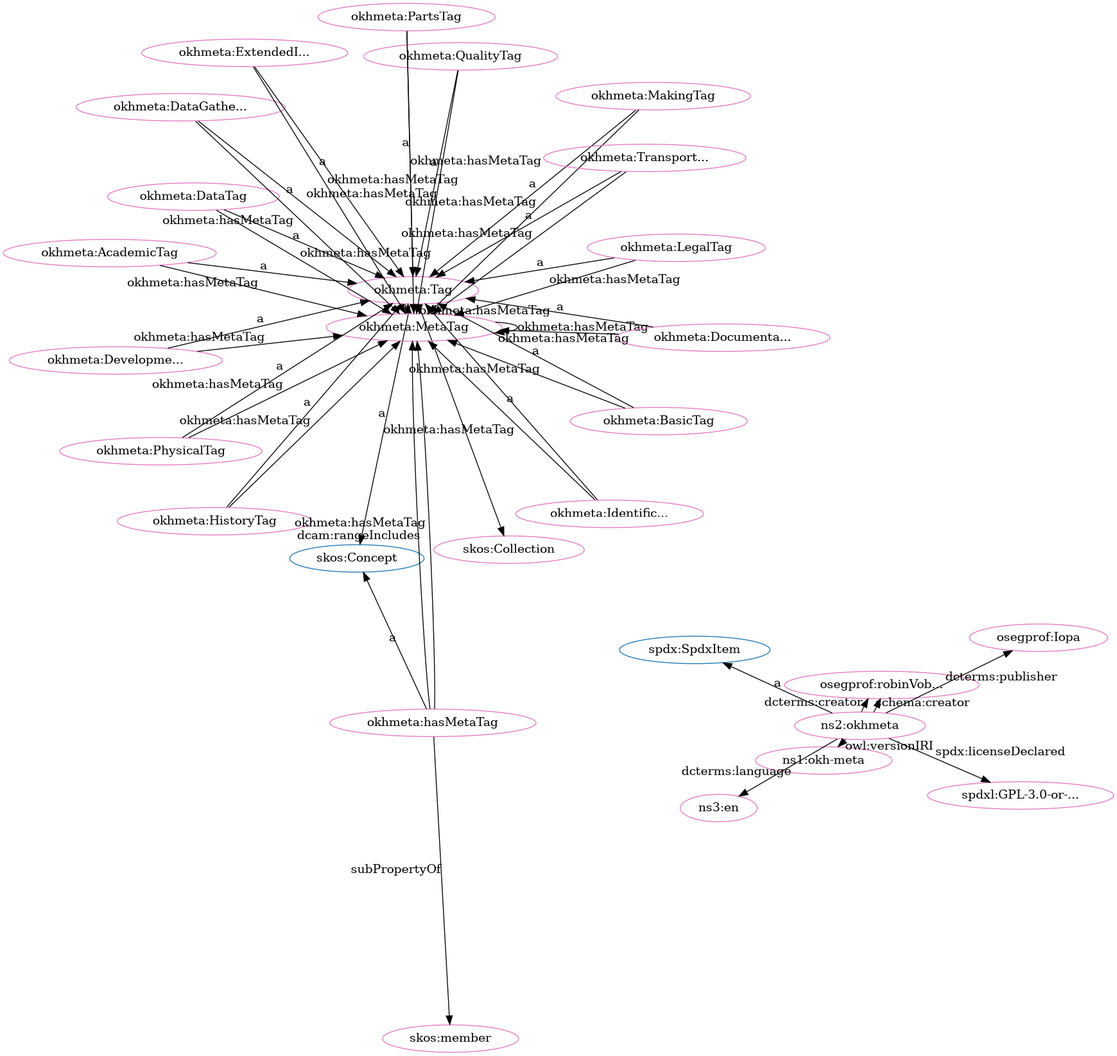
Above: src/spec/fdp_okh-meta-clean.png in iop-alliance/OpenKnowHow (Graphviz), before the change. Its source is kept beside it as src/spec/fdp_okh-meta-clean.dot.
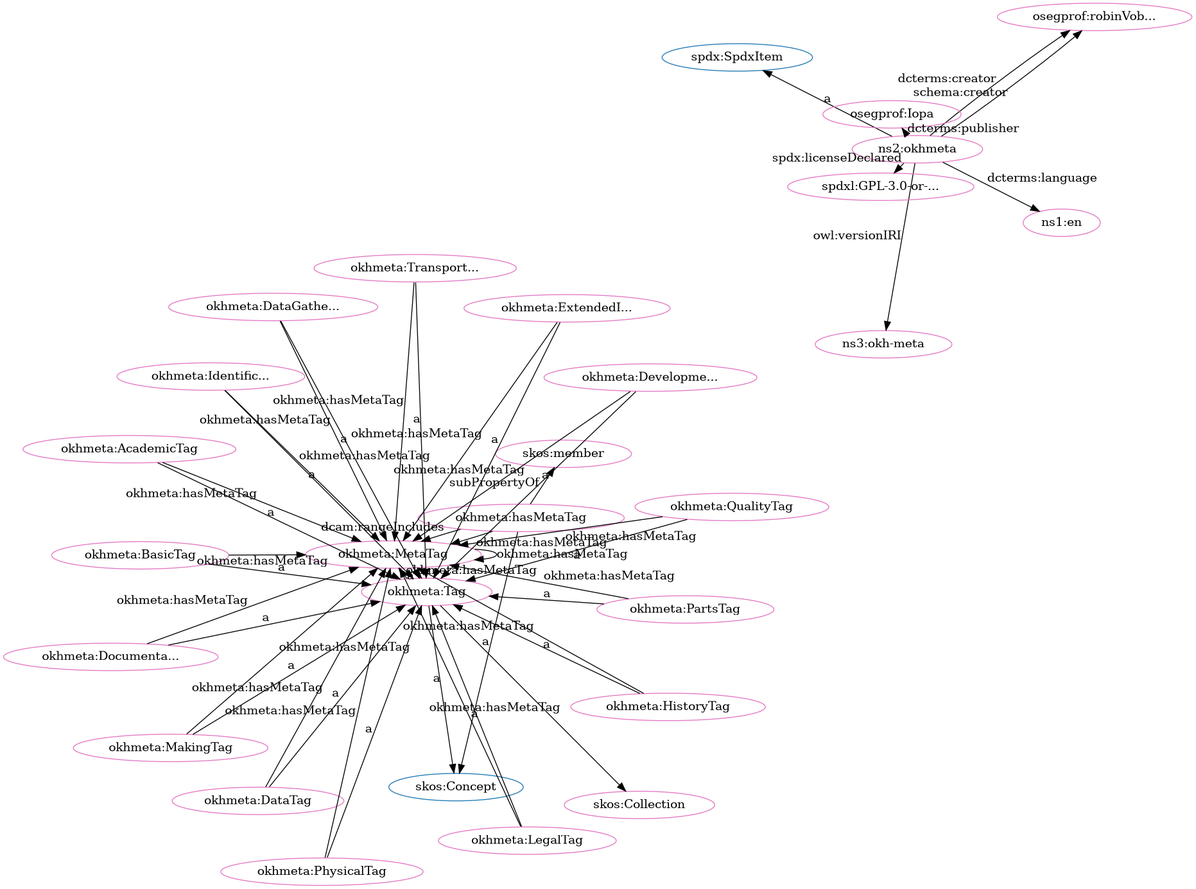
The same diagram one commit later.

The edit, as a diff of the source:
```diff
@@ -3,78 +3,78 @@
   node[height=.3]
 "http://www.w3.org/2004/02/skos/core#Collection" [fillcolor="#1f77b4" color="#1f77b4" label="skos:Collection"]
 "http://w3id.org/oseg/ont/okhmeta#Tag" [fillcolor="#1f77b4" color="#1f77b4" label="okhmeta:Tag"]
+"http://spdx.org/rdf/terms#SpdxItem" [fillcolor="#1f77b4" color="#1f77b4" label="spdx:SpdxItem"]
 "http://www.w3.org/2004/02/skos/core#Concept" [fillcolor="#1f77b4" color="#1f77b4" label="skos:Concept"]
-"http://spdx.org/rdf/terms#SpdxItem" [fillcolor="#1f77b4" color="#1f77b4" label="spdx:SpdxItem"]
+"http://w3id.org/oseg/ont/okhmeta#MetaTag" [fillcolor="#e377c2" color="#e377c2" label="okhmeta:MetaTag"]
+"http://w3id.org/oseg/ont/oseg-profiles#robinVobruba" [fillcolor="#e377c2" color="#e377c2" label="osegprof:robinVob..."]
 "http://w3id.org/oseg/ont/okhmeta#DataTag" [fillcolor="#e377c2" color="#e377c2" label="okhmeta:DataTag"]
-"http://w3id.org/oseg/ont/okhmeta#MetaTag" [fillcolor="#e377c2" color="#e377c2" label="okhmeta:MetaTag"]
-"http://w3id.org/oseg/ont/oseg-profiles#Iopa" [fillcolor="#e377c2" color="#e377c2" label="osegprof:Iopa"]
-"http://w3id.org/oseg/ont/okhmeta#DevelopmentTag" [fillcolor="#e377c2" color="#e377c2" label="okhmeta:Developme..."]
-"http://w3id.org/oseg/ont/1.1.0/okh-meta" [fillcolor="#e377c2" color="#e377c2" label="ns1:okh-meta"]
+"http://www.w3.org/2004/02/skos/core#member" [fillcolor="#e377c2" color="#e377c2" label="skos:member"]
+"http://id.loc.gov/vocabulary/iso639-1/en" [fillcolor="#e377c2" color="#e377c2" label="ns1:en"]
+"http://w3id.org/oseg/ont/okhmeta#MakingTag" [fillcolor="#e377c2" color="#e377c2" label="okhmeta:MakingTag"]
+"http://w3id.org/oseg/ont/okhmeta#PartsTag" [fillcolor="#e377c2" color="#e377c2" label="okhmeta:PartsTag"]
+"http://w3id.org/oseg/ont/okhmeta#Tag" [fillcolor="#e377c2" color="#e377c2" label="okhmeta:Tag"]
 "http://w3id.org/oseg/ont/okhmeta#BasicTag" [fillcolor="#e377c2" color="#e377c2" label="okhmeta:BasicTag"]
-"http://w3id.org/oseg/ont/oseg-profiles#robinVobruba" [fillcolor="#e377c2" color="#e377c2" label="osegprof:robinVob..."]
-"http://w3id.org/oseg/ont/okhmeta#IdentificationTag" [fillcolor="#e377c2" color="#e377c2" label="okhmeta:Identific..."]
-"http://spdx.org/licenses/GPL-3.0-or-later" [fillcolor="#e377c2" color="#e377c2" label="spdxl:GPL-3.0-or-..."]
 "http://w3id.org/oseg/ont/okhmeta" [fillcolor="#e377c2" color="#e377c2" label="ns2:okhmeta"]
+"http://w3id.org/oseg/ont/okhmeta#HistoryTag" [fillcolor="#e377c2" color="#e377c2" label="okhmeta:HistoryTag"]
 "http://w3id.org/oseg/ont/okhmeta#PhysicalTag" [fillcolor="#e377c2" color="#e377c2" label="okhmeta:PhysicalTag"]
 "http://w3id.org/oseg/ont/okhmeta#AcademicTag" [fillcolor="#e377c2" color="#e377c2" label="okhmeta:AcademicTag"]
-"http://w3id.org/oseg/ont/okhmeta#HistoryTag" [fillcolor="#e377c2" color="#e377c2" label="okhmeta:HistoryTag"]
+"http://w3id.org/oseg/ont/okhmeta#hasMetaTag" [fillcolor="#e377c2" color="#e377c2" label="okhmeta:hasMetaTag"]
+"http://w3id.org/oseg/ont/okhmeta#ExtendedInfoTag" [fillcolor="#e377c2" color="#e377c2" label="okhmeta:ExtendedI..."]
+"http://w3id.org/oseg/ont/okhmeta#QualityTag" [fillcolor="#e377c2" color="#e377c2" label="okhmeta:QualityTag"]
+"http://w3id.org/oseg/ont/1.1.0/okh-meta" [fillcolor="#e377c2" color="#e377c2" label="ns3:okh-meta"]
+"http://w3id.org/oseg/ont/okhmeta#TransportationTag" [fillcolor="#e377c2" color="#e377c2" label="okhmeta:Transport..."]
+"http://w3id.org/oseg/ont/oseg-profiles#Iopa" [fillcolor="#e377c2" color="#e377c2" label="osegprof:Iopa"]
+"http://w3id.org/oseg/ont/okhmeta#LegalTag" [fillcolor="#e377c2" color="#e377c2" label="okhmeta:LegalTag"]
+"http://w3id.org/oseg/ont/okhmeta#DevelopmentTag" [fillcolor="#e377c2" color="#e377c2" label="okhmeta:Developme..."]
 "http://w3id.org/oseg/ont/okhmeta#DataGatheringTag" [fillcolor="#e377c2" color="#e377c2" label="okhmeta:DataGathe..."]
-"http://w3id.org/oseg/ont/okhmeta#MakingTag" [fillcolor="#e377c2" color="#e377c2" label="okhmeta:MakingTag"]
-"http://w3id.org/oseg/ont/okhmeta#TransportationTag" [fillcolor="#e377c2" color="#e377c2" label="okhmeta:Transport..."]
-"http://w3id.org/oseg/ont/okhmeta#LegalTag" [fillcolor="#e377c2" color="#e377c2" label="okhmeta:LegalTag"]
-"http://w3id.org/oseg/ont/okhmeta#hasMetaTag" [fillcolor="#e377c2" color="#e377c2" label="okhmeta:hasMetaTag"]
-"http://w3id.org/oseg/ont/okhmeta#Tag" [fillcolor="#e377c2" color="#e377c2" label="okhmeta:Tag"]
+"http://w3id.org/oseg/ont/okhmeta#IdentificationTag" [fillcolor="#e377c2" color="#e377c2" label="okhmeta:Identific..."]
+"http://www.w3.org/2004/02/skos/core#Collection" [fillcolor="#e377c2" color="#e377c2" label="skos:Collection"]
 "http://w3id.org/oseg/ont/okhmeta#DocumentationTag" [fillcolor="#e377c2" color="#e377c2" label="okhmeta:Documenta..."]
-"http://w3id.org/oseg/ont/okhmeta#ExtendedInfoTag" [fillcolor="#e377c2" color="#e377c2" label="okhmeta:ExtendedI..."]
-"http://id.loc.gov/vocabulary/iso639-1/en" [fillcolor="#e377c2" color="#e377c2" label="ns3:en"]
-"http://www.w3.org/2004/02/skos/core#Collection" [fillcolor="#e377c2" color="#e377c2" label="skos:Collection"]
-"http://w3id.org/oseg/ont/okhmeta#QualityTag" [fillcolor="#e377c2" color="#e377c2" label="okhmeta:QualityTag"]
-"http://www.w3.org/2004/02/skos/core#member" [fillcolor="#e377c2" color="#e377c2" label="skos:member"]
-"http://w3id.org/oseg/ont/okhmeta#PartsTag" [fillcolor="#e377c2" color="#e377c2" label="okhmeta:PartsTag"]
+"http://spdx.org/licenses/GPL-3.0-or-later" [fillcolor="#e377c2" color="#e377c2" label="spdxl:GPL-3.0-or-..."]
+  "http://w3id.org/oseg/ont/okhmeta" -> "http://w3id.org/oseg/ont/oseg-profiles#robinVobruba" [label="dcterms:creator"]
+  "http://w3id.org/oseg/ont/okhmeta#DataTag" -> "http://w3id.org/oseg/ont/okhmeta#Tag" [label="a"]
+  "http://w3id.org/oseg/ont/okhmeta#DataGatheringTag" -> "http://w3id.org/oseg/ont/okhmeta#MetaTag" [label="okhmeta:hasMetaTag"]
+  "http://w3id.org/oseg/ont/okhmeta" -> "http://id.loc.gov/vocabulary/iso639-1/en" [label="dcterms:language"]
+  "http://w3id.org/oseg/ont/okhmeta#DocumentationTag" -> "http://w3id.org/oseg/ont/okhmeta#MetaTag" [label="okhmeta:hasMetaTag"]
+  "http://w3id.org/oseg/ont/okhmeta#BasicTag" -> "http://w3id.org/oseg/ont/okhmeta#Tag" [label="a"]
+  "http://w3id.org/oseg/ont/okhmeta#QualityTag" -> "http://w3id.org/oseg/ont/okhmeta#MetaTag" [label="okhmeta:hasMetaTag"]
+  "http://w3id.org/oseg/ont/okhmeta#HistoryTag" -> "http://w3id.org/oseg/ont/okhmeta#Tag" [label="a"]
+  "http://w3id.org/oseg/ont/okhmeta#MakingTag" -> "http://w3id.org/oseg/ont/okhmeta#MetaTag" [label="okhmeta:hasMetaTag"]
+  "http://w3id.org/oseg/ont/okhmeta#MetaTag" -> "http://w3id.org/oseg/ont/okhmeta#Tag" [label="a"]
+  "http://w3id.org/oseg/ont/okhmeta#AcademicTag" -> "http://w3id.org/oseg/ont/okhmeta#Tag" [label="a"]
+  "http://w3id.org/oseg/ont/okhmeta#PartsTag" -> "http://w3id.org/oseg/ont/okhmeta#MetaTag" [label="okhmeta:hasMetaTag"]
+  "http://w3id.org/oseg/ont/okhmeta#QualityTag" -> "http://w3id.org/oseg/ont/okhmeta#Tag" [label="a"]
+  "http://w3id.org/oseg/ont/okhmeta" -> "http://w3id.org/oseg/ont/1.1.0/okh-meta" [label="owl:versionIRI"]
+  "http://w3id.org/oseg/ont/okhmeta" -> "http://w3id.org/oseg/ont/oseg-profiles#robinVobruba" [label="schema:creator"]
+  "http://w3id.org/oseg/ont/okhmeta#PhysicalTag" -> "http://w3id.org/oseg/ont/okhmeta#MetaTag" [label="okhmeta:hasMetaTag"]
+  "http://w3id.org/oseg/ont/okhmeta" -> "http://w3id.org/oseg/ont/oseg-profiles#Iopa" [label="dcterms:publisher"]
+  "http://w3id.org/oseg/ont/okhmeta#LegalTag" -> "http://w3id.org/oseg/ont/okhmeta#Tag" [label="a"]
+  "http://w3id.org/oseg/ont/okhmeta#DataGatheringTag" -> "http://w3id.org/oseg/ont/okhmeta#Tag" [label="a"]
   "http://w3id.org/oseg/ont/okhmeta#ExtendedInfoTag" -> "http://w3id.org/oseg/ont/okhmeta#MetaTag" [label="okhmeta:hasMetaTag"]
+  "http://w3id.org/oseg/ont/okhmeta#Tag" -> "http://www.w3.org/2004/02/skos/core#Collection" [label=""]
+  "http://w3id.org/oseg/ont/okhmeta#DocumentationTag" -> "http://w3id.org/oseg/ont/okhmeta#Tag" [label="a"]
+  "http://w3id.org/oseg/ont/okhmeta#hasMetaTag" -> "http://w3id.org/oseg/ont/okhmeta#MetaTag" [label="okhmeta:hasMetaTag"]
+  "http://w3id.org/oseg/ont/okhmeta#Tag" -> "http://w3id.org/oseg/ont/okhmeta#MetaTag" [label="okhmeta:hasMetaTag"]
+  "http://w3id.org/oseg/ont/okhmeta#BasicTag" -> "http://w3id.org/oseg/ont/okhmeta#MetaTag" [label="okhmeta:hasMetaTag"]
+  "http://w3id.org/oseg/ont/okhmeta#DevelopmentTag" -> "http://w3id.org/oseg/ont/okhmeta#MetaTag" [label="okhmeta:hasMetaTag"]
+  "http://w3id.org/oseg/ont/okhmeta#hasMetaTag" -> "http://www.w3.org/2004/02/skos/core#member" [label="subPropertyOf"]
+  "http://w3id.org/oseg/ont/okhmeta#IdentificationTag" -> "http://w3id.org/oseg/ont/okhmeta#MetaTag" [label="okhmeta:hasMetaTag"]
+  "http://w3id.org/oseg/ont/okhmeta#MakingTag" -> "http://w3id.org/oseg/ont/okhmeta#Tag" [label="a"]
+  "http://w3id.org/oseg/ont/okhmeta#PartsTag" -> "http://w3id.org/oseg/ont/okhmeta#Tag" [label="a"]
+  "http://w3id.org/oseg/ont/okhmeta#Tag" -> "http://www.w3.org/2004/02/skos/core#Concept" [label="a"]
+  "http://w3id.org/oseg/ont/okhmeta#PhysicalTag" -> "http://w3id.org/oseg/ont/okhmeta#Tag" [label="a"]
+  "http://w3id.org/oseg/ont/okhmeta#TransportationTag" -> "http://w3id.org/oseg/ont/okhmeta#MetaTag" [label="okhmeta:hasMetaTag"]
+  "http://w3id.org/oseg/ont/okhmeta#LegalTag" -> "http://w3id.org/oseg/ont/okhmeta#MetaTag" [label="okhmeta:hasMetaTag"]
+  "http://w3id.org/oseg/ont/okhmeta#ExtendedInfoTag" -> "http://w3id.org/oseg/ont/okhmeta#Tag" [label="a"]
+  "http://w3id.org/oseg/ont/okhmeta#HistoryTag" -> "http://w3id.org/oseg/ont/okhmeta#MetaTag" [label="okhmeta:hasMetaTag"]
   "http://w3id.org/oseg/ont/okhmeta#hasMetaTag" -> "http://w3id.org/oseg/ont/okhmeta#MetaTag" [label="dcam:rangeIncludes"]
-  "http://w3id.org/oseg/ont/okhmeta" -> "http://w3id.org/oseg/ont/oseg-profiles#Iopa" [label="dcterms:publisher"]
+  "http://w3id.org/oseg/ont/okhmeta#AcademicTag" -> "http://w3id.org/oseg/ont/okhmeta#MetaTag" [label="okhmeta:hasMetaTag"]
+  "http://w3id.org/oseg/ont/okhmeta#TransportationTag" -> "http://w3id.org/oseg/ont/okhmeta#Tag" [label="a"]
+  "http://w3id.org/oseg/ont/okhmeta" -> "http://spdx.org/rdf/terms#SpdxItem" [label="a"]
   "http://w3id.org/oseg/ont/okhmeta#DevelopmentTag" -> "http://w3id.org/oseg/ont/okhmeta#Tag" [label="a"]
-  "http://w3id.org/oseg/ont/okhmeta#MetaTag" -> "http://w3id.org/oseg/ont/okhmeta#Tag" [label="a"]
-  "http://w3id.org/oseg/ont/okhmeta" -> "http://w3id.org/oseg/ont/1.1.0/okh-meta" [label="owl:versionIRI"]
-  "http://w3id.org/oseg/ont/okhmeta#DataGatheringTag" -> "http://w3id.org/oseg/ont/okhmeta#MetaTag" [label="okhmeta:hasMetaTag"]
-  "http://w3id.org/oseg/ont/okhmeta#BasicTag" -> "http://w3id.org/oseg/ont/okhmeta#Tag" [label="a"]
-  "http://w3id.org/oseg/ont/okhmeta#TransportationTag" -> "http://w3id.org/oseg/ont/okhmeta#MetaTag" [label="okhmeta:hasMetaTag"]
-  "http://w3id.org/oseg/ont/okhmeta#AcademicTag" -> "http://w3id.org/oseg/ont/okhmeta#Tag" [label="a"]
-  "http://w3id.org/oseg/ont/okhmeta#MakingTag" -> "http://w3id.org/oseg/ont/okhmeta#Tag" [label="a"]
-  "http://w3id.org/oseg/ont/okhmeta#TransportationTag" -> "http://w3id.org/oseg/ont/okhmeta#Tag" [label="a"]
-  "http://w3id.org/oseg/ont/okhmeta#DocumentationTag" -> "http://w3id.org/oseg/ont/okhmeta#MetaTag" [label="okhmeta:hasMetaTag"]
-  "http://w3id.org/oseg/ont/okhmeta" -> "http://w3id.org/oseg/ont/oseg-profiles#robinVobruba" [label="dcterms:creator"]
-  "http://w3id.org/oseg/ont/okhmeta#QualityTag" -> "http://w3id.org/oseg/ont/okhmeta#MetaTag" [label="okhmeta:hasMetaTag"]
-  "http://w3id.org/oseg/ont/okhmeta#PartsTag" -> "http://w3id.org/oseg/ont/okhmeta#MetaTag" [label="okhmeta:hasMetaTag"]
-  "http://w3id.org/oseg/ont/okhmeta#MakingTag" -> "http://w3id.org/oseg/ont/okhmeta#MetaTag" [label="okhmeta:hasMetaTag"]
-  "http://w3id.org/oseg/ont/okhmeta" -> "http://id.loc.gov/vocabulary/iso639-1/en" [label="dcterms:language"]
-  "http://w3id.org/oseg/ont/okhmeta#hasMetaTag" -> "http://www.w3.org/2004/02/skos/core#member" [label="subPropertyOf"]
-  "http://w3id.org/oseg/ont/okhmeta#hasMetaTag" -> "http://w3id.org/oseg/ont/okhmeta#MetaTag" [label="okhmeta:hasMetaTag"]
-  "http://w3id.org/oseg/ont/okhmeta#DataTag" -> "http://w3id.org/oseg/ont/okhmeta#Tag" [label="a"]
-  "http://w3id.org/oseg/ont/okhmeta#DevelopmentTag" -> "http://w3id.org/oseg/ont/okhmeta#MetaTag" [label="okhmeta:hasMetaTag"]
   "http://w3id.org/oseg/ont/okhmeta#MetaTag" -> "http://w3id.org/oseg/ont/okhmeta#MetaTag" [label="okhmeta:hasMetaTag"]
-  "http://w3id.org/oseg/ont/okhmeta#BasicTag" -> "http://w3id.org/oseg/ont/okhmeta#MetaTag" [label="okhmeta:hasMetaTag"]
-  "http://w3id.org/oseg/ont/okhmeta#AcademicTag" -> "http://w3id.org/oseg/ont/okhmeta#MetaTag" [label="okhmeta:hasMetaTag"]
-  "http://w3id.org/oseg/ont/okhmeta" -> "http://w3id.org/oseg/ont/oseg-profiles#robinVobruba" [label="schema:creator"]
+  "http://w3id.org/oseg/ont/okhmeta#hasMetaTag" -> "http://www.w3.org/2004/02/skos/core#Concept" [label="a"]
+  "http://w3id.org/oseg/ont/okhmeta#DataTag" -> "http://w3id.org/oseg/ont/okhmeta#MetaTag" [label="okhmeta:hasMetaTag"]
   "http://w3id.org/oseg/ont/okhmeta#IdentificationTag" -> "http://w3id.org/oseg/ont/okhmeta#Tag" [label="a"]
   "http://w3id.org/oseg/ont/okhmeta" -> "http://spdx.org/licenses/GPL-3.0-or-later" [label="spdx:licenseDeclared"]
-  "http://w3id.org/oseg/ont/okhmeta" -> "http://spdx.org/rdf/terms#SpdxItem" [label="a"]
-  "http://w3id.org/oseg/ont/okhmeta#PhysicalTag" -> "http://w3id.org/oseg/ont/okhmeta#Tag" [label="a"]
-  "http://w3id.org/oseg/ont/okhmeta#LegalTag" -> "http://w3id.org/oseg/ont/okhmeta#MetaTag" [label="okhmeta:hasMetaTag"]
-  "http://w3id.org/oseg/ont/okhmeta#HistoryTag" -> "http://w3id.org/oseg/ont/okhmeta#Tag" [label="a"]
-  "http://w3id.org/oseg/ont/okhmeta#DataGatheringTag" -> "http://w3id.org/oseg/ont/okhmeta#Tag" [label="a"]
-  "http://w3id.org/oseg/ont/okhmeta#DataTag" -> "http://w3id.org/oseg/ont/okhmeta#MetaTag" [label="okhmeta:hasMetaTag"]
-  "http://w3id.org/oseg/ont/okhmeta#Tag" -> "http://w3id.org/oseg/ont/okhmeta#MetaTag" [label="okhmeta:hasMetaTag"]
-  "http://w3id.org/oseg/ont/okhmeta#LegalTag" -> "http://w3id.org/oseg/ont/okhmeta#Tag" [label="a"]
-  "http://w3id.org/oseg/ont/okhmeta#IdentificationTag" -> "http://w3id.org/oseg/ont/okhmeta#MetaTag" [label="okhmeta:hasMetaTag"]
-  "http://w3id.org/oseg/ont/okhmeta#PhysicalTag" -> "http://w3id.org/oseg/ont/okhmeta#MetaTag" [label="okhmeta:hasMetaTag"]
-  "http://w3id.org/oseg/ont/okhmeta#Tag" -> "http://www.w3.org/2004/02/skos/core#Concept" [label="a"]
-  "http://w3id.org/oseg/ont/okhmeta#DocumentationTag" -> "http://w3id.org/oseg/ont/okhmeta#Tag" [label="a"]
-  "http://w3id.org/oseg/ont/okhmeta#hasMetaTag" -> "http://www.w3.org/2004/02/skos/core#Concept" [label="a"]
-  "http://w3id.org/oseg/ont/okhmeta#ExtendedInfoTag" -> "http://w3id.org/oseg/ont/okhmeta#Tag" [label="a"]
-  "http://w3id.org/oseg/ont/okhmeta#HistoryTag" -> "http://w3id.org/oseg/ont/okhmeta#MetaTag" [label="okhmeta:hasMetaTag"]
-  "http://w3id.org/oseg/ont/okhmeta#Tag" -> "http://www.w3.org/2004/02/skos/core#Collection" [label=""]
-  "http://w3id.org/oseg/ont/okhmeta#QualityTag" -> "http://w3id.org/oseg/ont/okhmeta#Tag" [label="a"]
-  "http://w3id.org/oseg/ont/okhmeta#PartsTag" -> "http://w3id.org/oseg/ont/okhmeta#Tag" [label="a"]
 }
```
